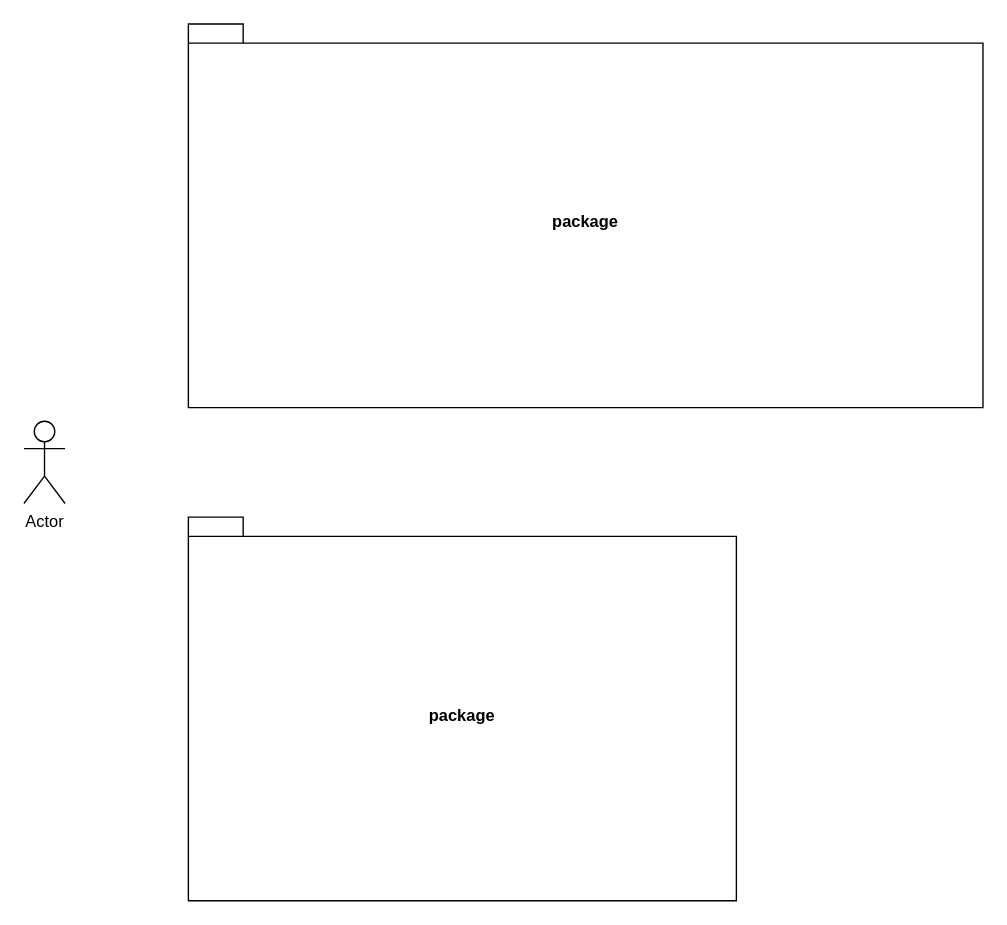
This is Usecase Diagram/Untitled Diagram.drawio from Harshul1484/BMP-, a draw.io file, before an edit. Source tidied: cells renumbered, new cells numbered last; positions are measured from the earlier drawing's top-left corner, leaving out a move shared by most shapes. Both pictures are drawn from the tidied source at 137%, with x=0, y=0 at pixel (23, 23).
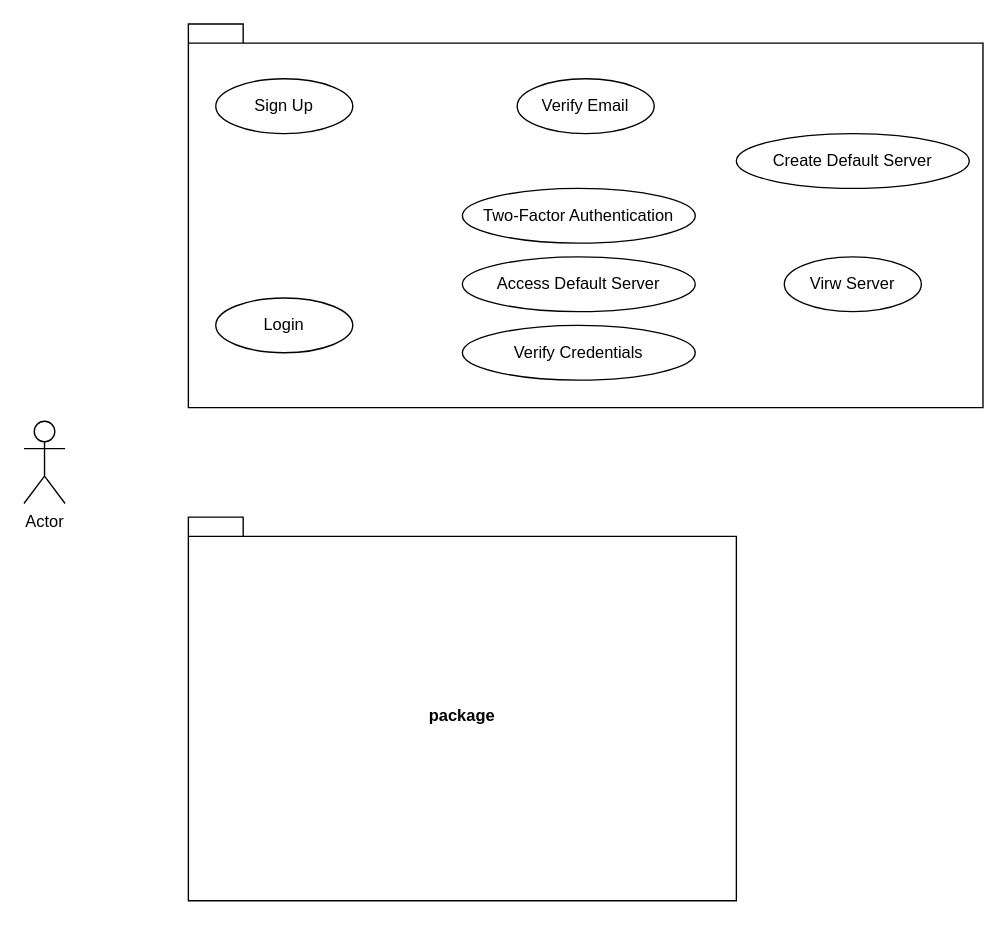
After the change.

What changed in the source:
```diff
@@
 <mxGraphModel>
   <root>
     <mxCell id="0" />
     <mxCell id="1" parent="0" />
-    <mxCell id="2" value="package" style="shape=folder;fontStyle=1;spacingTop=10;tabWidth=40;tabHeight=14;tabPosition=left;html=1;whiteSpace=wrap;" parent="1" vertex="1">
+    <mxCell id="2" style="shape=folder;fontStyle=1;spacingTop=10;tabWidth=40;tabHeight=14;tabPosition=left;html=1;whiteSpace=wrap;" parent="1" vertex="1">
       <mxGeometry x="120" width="580" height="280" as="geometry" />
     </mxCell>
     <mxCell id="3" value="Actor" style="shape=umlActor;verticalLabelPosition=bottom;verticalAlign=top;html=1;" parent="1" vertex="1">
       <mxGeometry y="290" width="30" height="60" as="geometry" />
     </mxCell>
     <mxCell id="4" value="package" style="shape=folder;fontStyle=1;spacingTop=10;tabWidth=40;tabHeight=14;tabPosition=left;html=1;whiteSpace=wrap;" parent="1" vertex="1">
       <mxGeometry x="120" y="360" width="400" height="280" as="geometry" />
     </mxCell>
+    <mxCell id="5" value="Sign Up" style="ellipse;whiteSpace=wrap;html=1;align=center;" parent="1" vertex="1">
+      <mxGeometry x="140" y="40" width="100" height="40" as="geometry" />
+    </mxCell>
+    <mxCell id="6" value="Login" style="ellipse;whiteSpace=wrap;html=1;align=center;" parent="1" vertex="1">
+      <mxGeometry x="140" y="200" width="100" height="40" as="geometry" />
+    </mxCell>
+    <mxCell id="7" value="Verify Email" style="ellipse;whiteSpace=wrap;html=1;align=center;" parent="1" vertex="1">
+      <mxGeometry x="360" y="40" width="100" height="40" as="geometry" />
+    </mxCell>
+    <mxCell id="8" value="Create Default Server" style="ellipse;whiteSpace=wrap;html=1;align=center;" parent="1" vertex="1">
+      <mxGeometry x="520" y="80" width="170" height="40" as="geometry" />
+    </mxCell>
+    <mxCell id="9" value="Two-Factor Authentication" style="ellipse;whiteSpace=wrap;html=1;align=center;" parent="1" vertex="1">
+      <mxGeometry x="320" y="120" width="170" height="40" as="geometry" />
+    </mxCell>
+    <mxCell id="10" value="Access Default Server" style="ellipse;whiteSpace=wrap;html=1;align=center;" parent="1" vertex="1">
+      <mxGeometry x="320" y="170" width="170" height="40" as="geometry" />
+    </mxCell>
+    <mxCell id="11" value="Verify Credentials" style="ellipse;whiteSpace=wrap;html=1;align=center;" parent="1" vertex="1">
+      <mxGeometry x="320" y="220" width="170" height="40" as="geometry" />
+    </mxCell>
+    <mxCell id="12" value="Virw Server" style="ellipse;whiteSpace=wrap;html=1;align=center;" parent="1" vertex="1">
+      <mxGeometry x="555" y="170" width="100" height="40" as="geometry" />
+    </mxCell>
   </root>
 </mxGraphModel>
```
